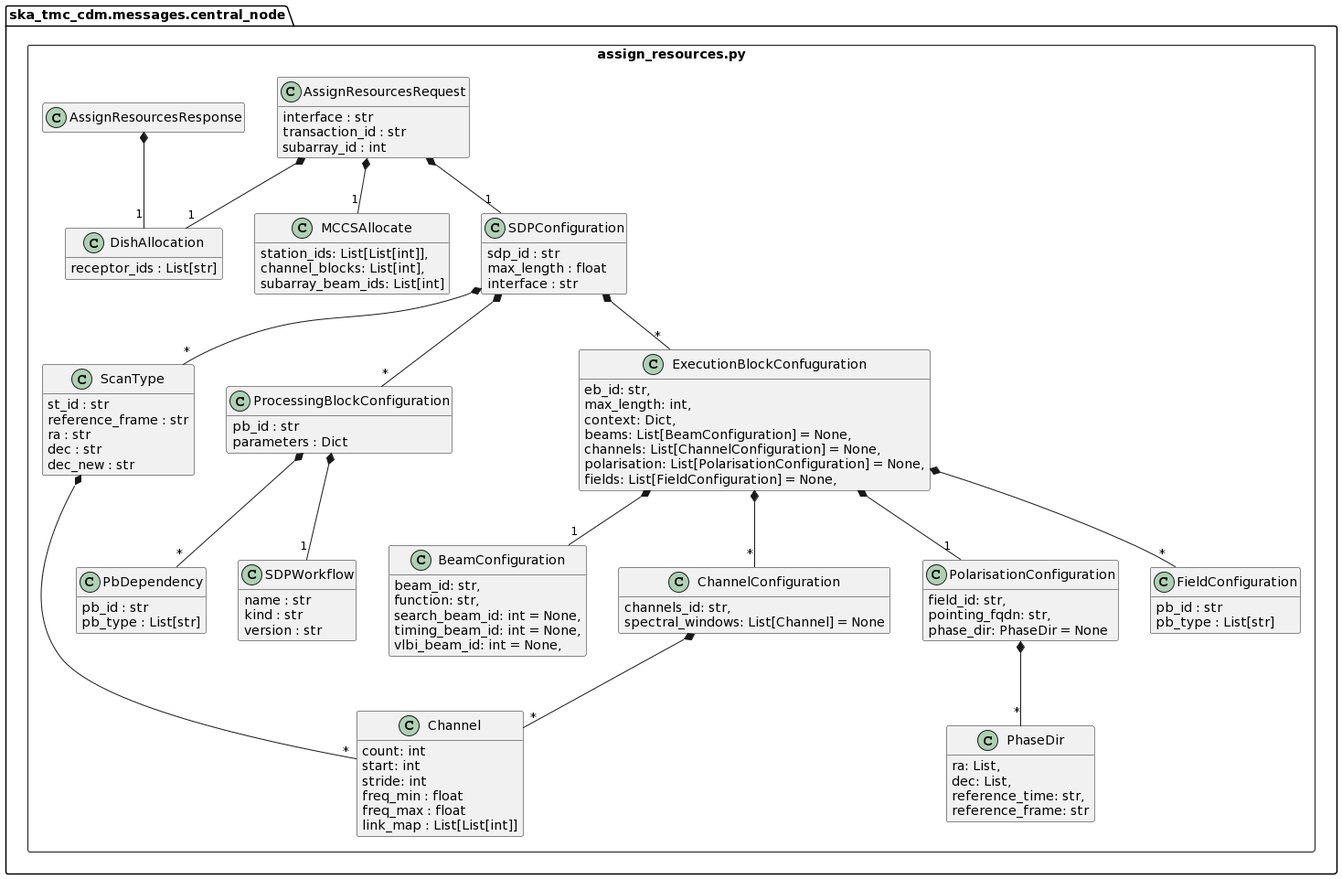
Before: docs/src/developer/centralnode/assignresource_PI16.png, a diagram exported from PlantUML (ska-telescope/cdm-shared-library).
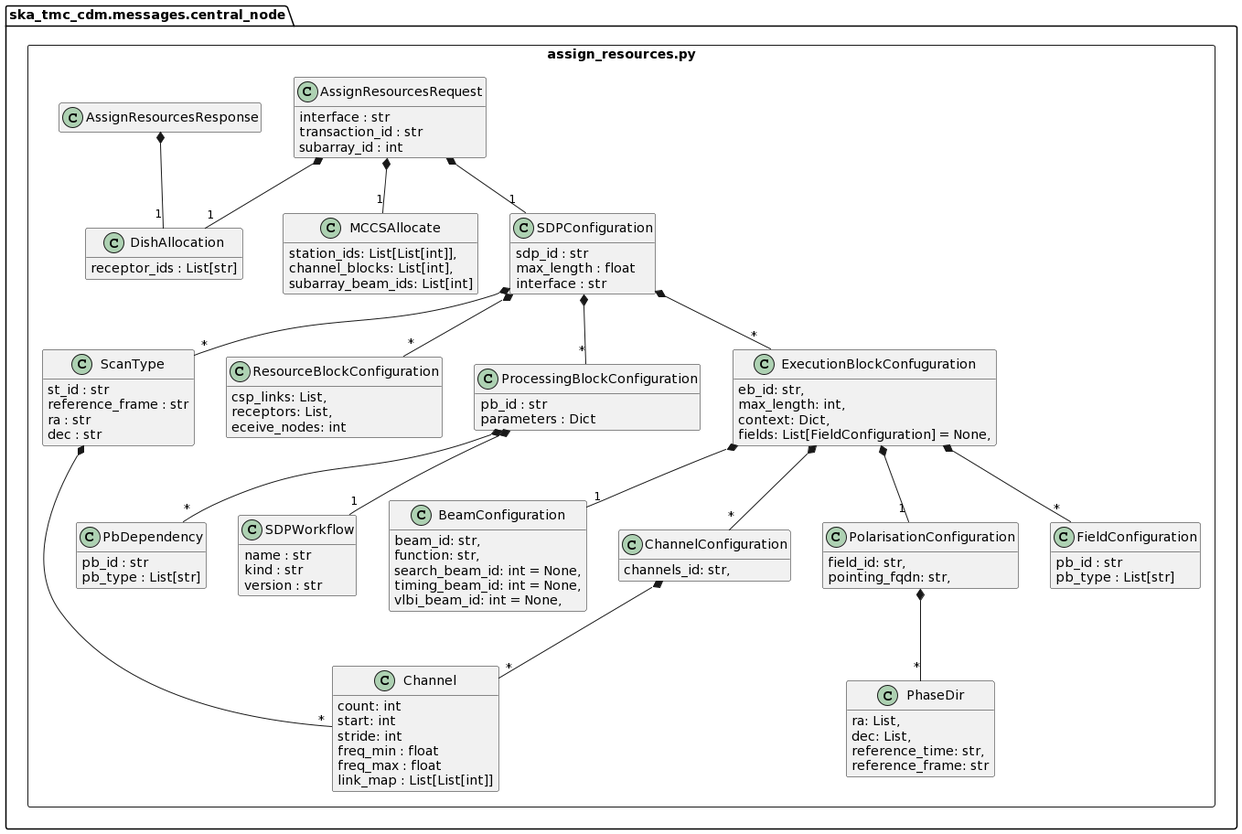
The same file after the commit.

Diff of the diagram source:
```diff
@@ -27,13 +27,17 @@
             reference_frame : str
             ra : str
             dec : str
-            dec_new : str
         }
         ScanType *-- "*" Channel
 
         class PbDependency {
             pb_id : str
             pb_type : List[str]
+        }
+         class ResourceBlockConfiguration {
+            csp_links: List,
+            receptors: List,
+            eceive_nodes: int
         }
         class PhaseDir {
             ra: List,
@@ -50,14 +54,11 @@
         }
         class ChannelConfiguration {
             channels_id: str,
-            spectral_windows: List[Channel] = None
-
         }
         ChannelConfiguration  *-- "*" Channel
         class PolarisationConfiguration {
             field_id: str,
             pointing_fqdn: str,
-            phase_dir: PhaseDir = None
         }
         PolarisationConfiguration  *-- "*" PhaseDir
         class FieldConfiguration {
@@ -81,9 +82,6 @@
             eb_id: str,
             max_length: int,
             context: Dict,
-            beams: List[BeamConfiguration] = None,
-            channels: List[ChannelConfiguration] = None,
-            polarisation: List[PolarisationConfiguration] = None,
             fields: List[FieldConfiguration] = None,
         }
         ExecutionBlockConfuguration  *-- "1" BeamConfiguration
@@ -99,6 +97,7 @@
         SDPConfiguration *-- "*" ScanType
         SDPConfiguration *-- "*" ProcessingBlockConfiguration
         SDPConfiguration *-- "*" ExecutionBlockConfuguration
+        SDPConfiguration *-- "*" ResourceBlockConfiguration
 
         class AssignResourcesRequest {
             interface : str
```
